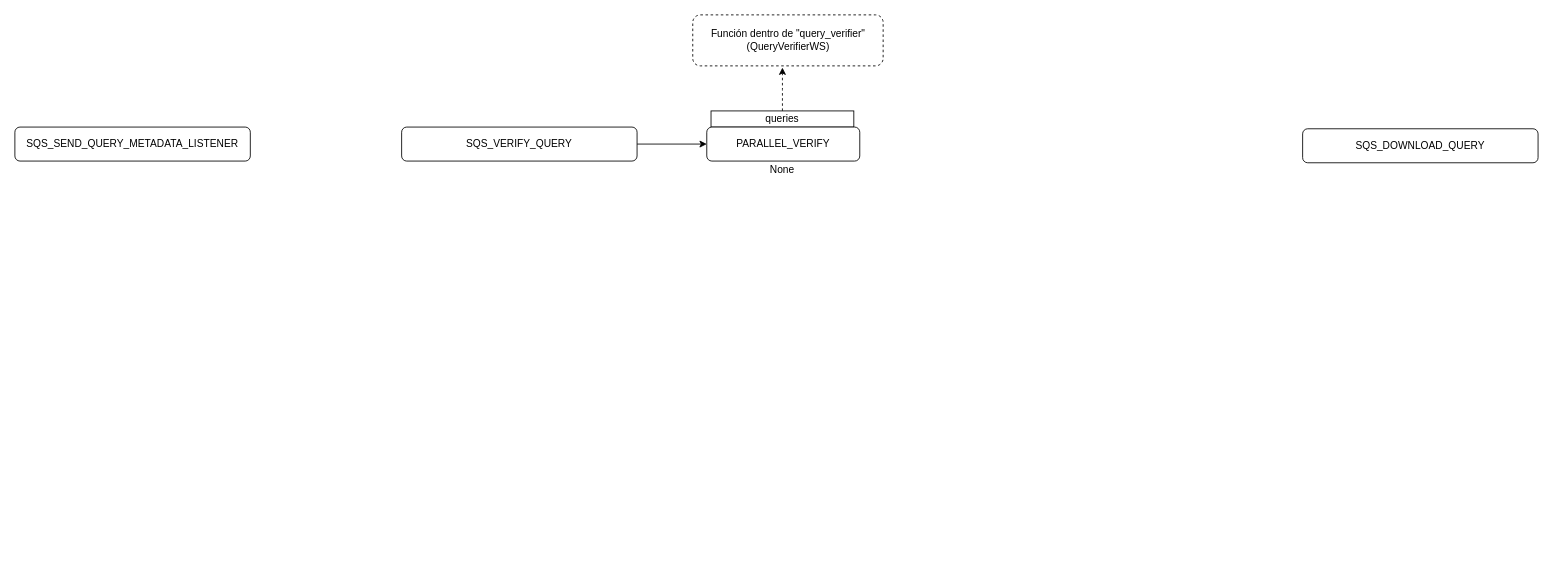
Earlier version of the draw.io diagram WS code map.drawio (SamuelGarcia22/diagrams). Source tidied: cells renumbered, new cells numbered last; positions are measured from the earlier drawing's top-left corner, leaving out a move shared by most shapes. Both pictures are drawn from the tidied source at 85%, with x=0, y=0 at pixel (14, 14).
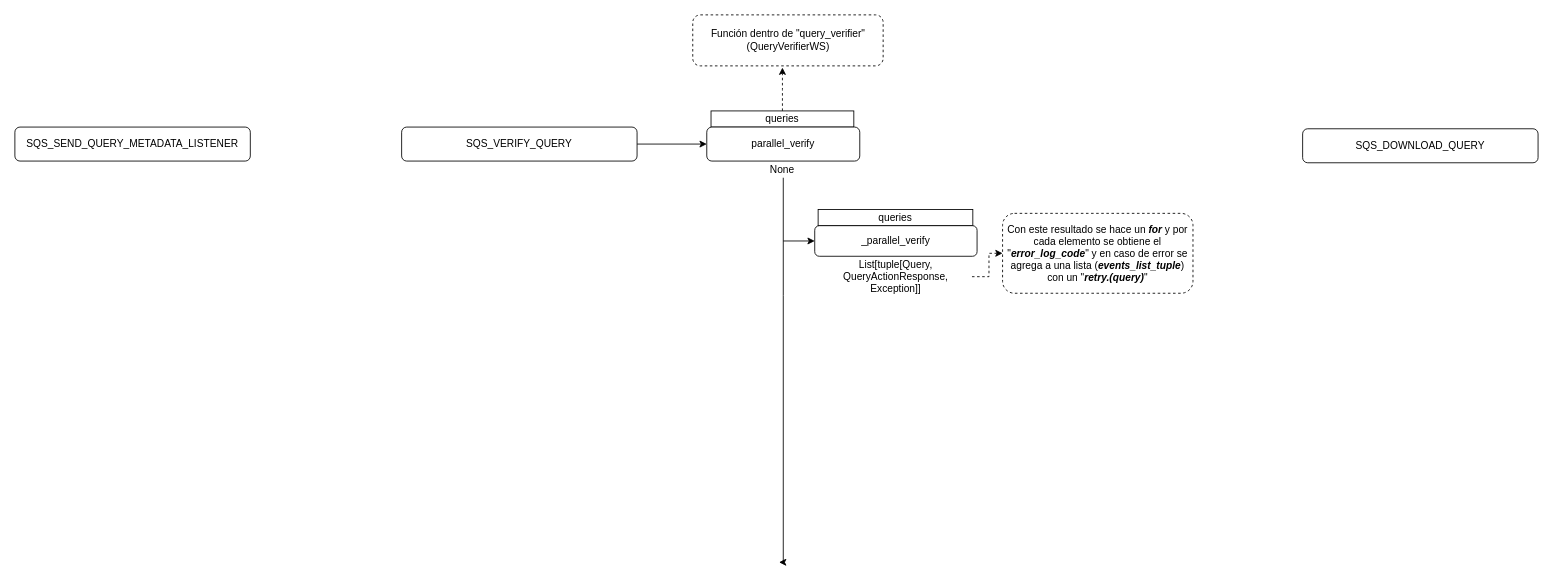
Above is the later version.

The change refers to these unchanged cells:
```xml
<mxCell id="7" style="group;" parent="1" vertex="1">
  <mxGeometry x="814" y="113" width="180" height="78" as="geometry" />
</mxCell>
```

Change to the diagram source:
```diff
@@
+    <mxCell id="12" style="edgeStyle=orthogonalEdgeStyle;rounded=0;jettySize=auto;html=1;" parent="7" edge="1" source="11">
+      <mxGeometry relative="1" as="geometry">
+        <mxPoint x="85" y="531" as="targetPoint" />
+        <Array as="points">
+          <mxPoint x="90" y="217" />
+          <mxPoint x="90" y="217" />
+        </Array>
+      </mxGeometry>
+    </mxCell>
@@
-    <mxCell id="11" value="PARALLEL_VERIFY" style="rounded=1;whiteSpace=wrap;html=1;" parent="7" vertex="1">
+    <mxCell id="11" value="parallel_verify" style="rounded=1;whiteSpace=wrap;html=1;" parent="7" vertex="1">
       <mxGeometry y="19" width="180" height="40" as="geometry" />
     </mxCell>
+    <mxCell id="13" style="endArrow=classic;html=1;rounded=0;entryX=0;entryY=0.5;entryDx=0;entryDy=0;" parent="1" edge="1" target="17">
+      <mxGeometry relative="1" as="geometry">
+        <mxPoint x="904" y="266" as="sourcePoint" />
+      </mxGeometry>
+    </mxCell>
+    <mxCell id="14" style="group;" parent="1" vertex="1">
+      <mxGeometry x="941" y="229" width="191" height="103" as="geometry" />
+    </mxCell>
+    <mxCell id="15" value="queries" style="rounded=0;whiteSpace=wrap;html=1;fillColor=light-dark(#FFFFFF,#058C3D);strokeColor=light-dark(#000000,#0C590A);" parent="14" vertex="1">
+      <mxGeometry x="4" width="182" height="19" as="geometry" />
+    </mxCell>
+    <mxCell id="16" value="List[tuple[Query, QueryActionResponse, Exception]]" style="rounded=0;whiteSpace=wrap;html=1;fillColor=light-dark(#FFFFFF,#283A7A);strokeColor=light-dark(#FFFFFF,#4361CC);" parent="14" vertex="1">
+      <mxGeometry x="6" y="55" width="179" height="48" as="geometry" />
+    </mxCell>
+    <mxCell id="17" value="_parallel_verify" style="rounded=1;whiteSpace=wrap;html=1;" parent="14" vertex="1">
+      <mxGeometry y="19" width="191" height="36" as="geometry" />
+    </mxCell>
+    <mxCell id="18" style="edgeStyle=orthogonalEdgeStyle;rounded=0;jettySize=auto;html=1;dashed=1;strokeColor=light-dark(#000000,#A8A8A8);exitX=1;exitY=0.5;exitDx=0;exitDy=0;entryX=0;entryY=0.5;entryDx=0;entryDy=0;" parent="1" edge="1" source="16" target="19">
+      <mxGeometry relative="1" as="geometry" />
+    </mxCell>
+    <mxCell id="19" value="Con este resultado se hace un &lt;span style=&quot;color: light-dark(rgb(0, 0, 0), rgb(255, 229, 153));&quot;&gt;&lt;b&gt;&lt;i&gt;for&lt;/i&gt;&lt;/b&gt;&lt;/span&gt; y por cada elemento se obtiene el &quot;&lt;span style=&quot;color: light-dark(rgb(0, 0, 0), rgb(255, 229, 153));&quot;&gt;&lt;i&gt;&lt;b&gt;error_log_code&lt;/b&gt;&lt;/i&gt;&lt;/span&gt;&quot; y en caso de error se agrega a una lista (&lt;b&gt;&lt;i&gt;&lt;span style=&quot;color: light-dark(rgb(0, 0, 0), rgb(255, 229, 153));&quot;&gt;events_list_tuple&lt;/span&gt;&lt;/i&gt;&lt;/b&gt;) con un &quot;&lt;b&gt;&lt;i&gt;&lt;span style=&quot;color: light-dark(rgb(0, 0, 0), rgb(255, 229, 153));&quot;&gt;retry.(query)&lt;/span&gt;&lt;/i&gt;&lt;/b&gt;&quot;" style="rounded=1;whiteSpace=wrap;html=1;dashed=1;fontColor=light-dark(#000000,#A8A8A8);strokeColor=light-dark(#000000,#A8A8A8);" parent="1" vertex="1">
+      <mxGeometry x="1162" y="233.5" width="224" height="94" as="geometry" />
+    </mxCell>
```
